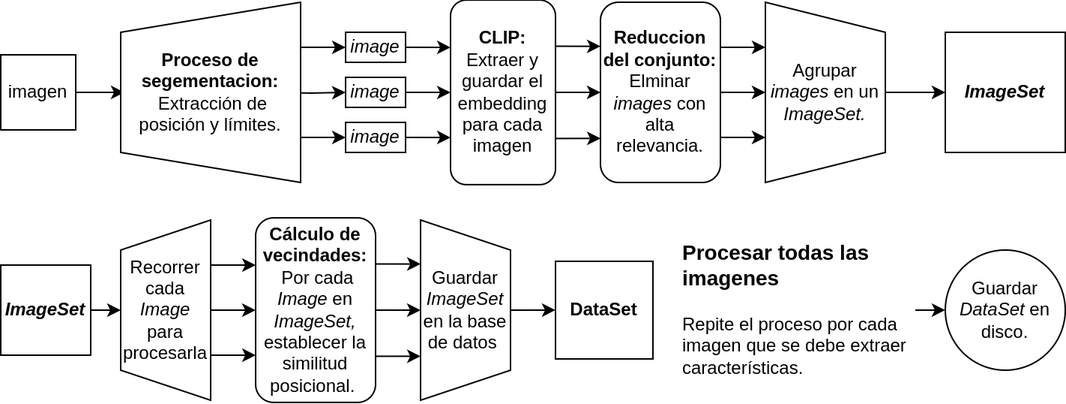
This is document/Graphics/Image.drawio.png from rb58853/thesis, a draw.io export, as it was before one commit. Source tidied: cells renumbered, new cells last; positions are measured from the earlier drawing's top-left corner, leaving out a move shared by most shapes.
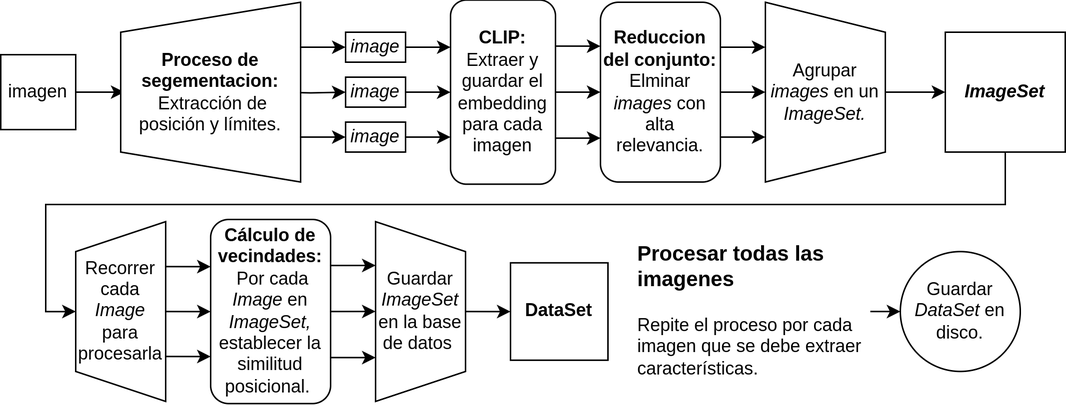
After the commit.

Change to the diagram source:
```diff
@@ -72,15 +72,18 @@
     <mxCell id="23" value="Agrupar &lt;i&gt;images &lt;/i&gt;en un &lt;i&gt;ImageSet.&lt;/i&gt;" style="shape=trapezoid;perimeter=trapezoidPerimeter;whiteSpace=wrap;html=1;fixedSize=1;direction=south;" parent="1" vertex="1">
       <mxGeometry x="510" y="1" width="80" height="120" as="geometry" />
     </mxCell>
+    <mxCell id="41" style="edgeStyle=orthogonalEdgeStyle;rounded=0;jettySize=auto;html=1;entryX=0.5;entryY=0;entryDx=0;entryDy=0;" parent="1" edge="1" source="24" target="30">
+      <mxGeometry relative="1" as="geometry">
+        <Array as="points">
+          <mxPoint x="670" y="136" />
+          <mxPoint x="30" y="136" />
+          <mxPoint x="30" y="208" />
+        </Array>
+      </mxGeometry>
+    </mxCell>
     <mxCell id="24" value="&lt;i&gt;&lt;b&gt;ImageSet&lt;/b&gt;&lt;/i&gt;" style="whiteSpace=wrap;html=1;" parent="1" vertex="1">
       <mxGeometry x="630" y="21" width="80" height="80" as="geometry" />
     </mxCell>
-    <mxCell id="25" style="edgeStyle=orthogonalEdgeStyle;rounded=0;jettySize=auto;html=1;exitX=1;exitY=0.5;exitDx=0;exitDy=0;entryX=0.5;entryY=0;entryDx=0;entryDy=0;" parent="1" edge="1" source="26" target="30">
-      <mxGeometry relative="1" as="geometry" />
-    </mxCell>
-    <mxCell id="26" value="&lt;i&gt;&lt;b&gt;ImageSet&lt;/b&gt;&lt;/i&gt;" style="whiteSpace=wrap;html=1;" parent="1" vertex="1">
-      <mxGeometry y="176" width="60" height="60" as="geometry" />
-    </mxCell>
     <mxCell id="27" style="edgeStyle=orthogonalEdgeStyle;rounded=0;jettySize=auto;html=1;exitX=0.75;exitY=1;exitDx=0;exitDy=0;entryX=0;entryY=0.25;entryDx=0;entryDy=0;" parent="1" edge="1" source="30" target="34">
       <mxGeometry relative="1" as="geometry" />
     </mxCell>
@@ -91,7 +94,7 @@
       <mxGeometry relative="1" as="geometry" />
     </mxCell>
     <mxCell id="30" value="Recorrer cada &lt;i&gt;Image &lt;/i&gt;para procesarla" style="shape=trapezoid;perimeter=trapezoidPerimeter;whiteSpace=wrap;html=1;fixedSize=1;direction=north;" parent="1" vertex="1">
-      <mxGeometry x="80" y="146" width="60" height="120" as="geometry" />
+      <mxGeometry x="50" y="147.4" width="60" height="120" as="geometry" />
     </mxCell>
     <mxCell id="31" style="edgeStyle=orthogonalEdgeStyle;rounded=0;jettySize=auto;html=1;exitX=1;exitY=0.5;exitDx=0;exitDy=0;entryX=0.5;entryY=1;entryDx=0;entryDy=0;" parent="1" edge="1" source="34" target="36">
       <mxGeometry relative="1" as="geometry" />
@@ -103,25 +106,25 @@
       <mxGeometry relative="1" as="geometry" />
     </mxCell>
     <mxCell id="34" value="&lt;b&gt;Cálculo de vecindades:&lt;br&gt;&lt;/b&gt;&amp;nbsp;Por cada &lt;i&gt;Image &lt;/i&gt;en&lt;i&gt; ImageSet, &lt;/i&gt;establecer la similitud posicional.&amp;nbsp;" style="rounded=1;whiteSpace=wrap;html=1;" parent="1" vertex="1">
-      <mxGeometry x="170" y="144.6" width="80" height="122.9" as="geometry" />
+      <mxGeometry x="140" y="146" width="80" height="122.9" as="geometry" />
     </mxCell>
     <mxCell id="35" style="edgeStyle=orthogonalEdgeStyle;rounded=0;jettySize=auto;html=1;exitX=0.5;exitY=0;exitDx=0;exitDy=0;entryX=0;entryY=0.5;entryDx=0;entryDy=0;" parent="1" edge="1" source="36" target="37">
       <mxGeometry relative="1" as="geometry" />
     </mxCell>
     <mxCell id="36" value="Guardar &lt;i&gt;ImageSet &lt;/i&gt;en la base de datos&amp;nbsp;" style="shape=trapezoid;perimeter=trapezoidPerimeter;whiteSpace=wrap;html=1;fixedSize=1;direction=south;" parent="1" vertex="1">
-      <mxGeometry x="280" y="146" width="60" height="120" as="geometry" />
+      <mxGeometry x="250" y="147.4" width="60" height="120" as="geometry" />
     </mxCell>
     <mxCell id="37" value="&lt;b&gt;DataSet&lt;/b&gt;" style="whiteSpace=wrap;html=1;" parent="1" vertex="1">
-      <mxGeometry x="370" y="173.5" width="65" height="65" as="geometry" />
+      <mxGeometry x="340" y="174.9" width="65" height="65" as="geometry" />
     </mxCell>
     <mxCell id="38" style="edgeStyle=orthogonalEdgeStyle;rounded=0;jettySize=auto;html=1;exitX=1;exitY=0.5;exitDx=0;exitDy=0;entryX=0;entryY=0.5;entryDx=0;entryDy=0;" parent="1" edge="1" source="39" target="40">
       <mxGeometry relative="1" as="geometry" />
     </mxCell>
     <mxCell id="39" value="&lt;h1 style=&quot;line-height: 60%;&quot;&gt;&lt;font style=&quot;font-size: 14px;&quot;&gt;Procesar todas las imagenes&lt;/font&gt;&lt;/h1&gt;&lt;p&gt;Repite el proceso por cada imagen que se debe extraer características.&lt;br&gt;&lt;/p&gt;" style="text;html=1;strokeColor=none;fillColor=none;spacing=5;spacingTop=-20;whiteSpace=wrap;overflow=hidden;rounded=0;" parent="1" vertex="1">
-      <mxGeometry x="450" y="151.7" width="160" height="108.5" as="geometry" />
+      <mxGeometry x="420" y="153.2" width="160" height="108.5" as="geometry" />
     </mxCell>
     <mxCell id="40" value="Guardar &lt;i&gt;DataSet&lt;/i&gt; en disco." style="ellipse;whiteSpace=wrap;html=1;" parent="1" vertex="1">
-      <mxGeometry x="630" y="166" width="80" height="80" as="geometry" />
+      <mxGeometry x="600" y="167.4" width="80" height="80" as="geometry" />
     </mxCell>
   </root>
 </mxGraphModel>
```
